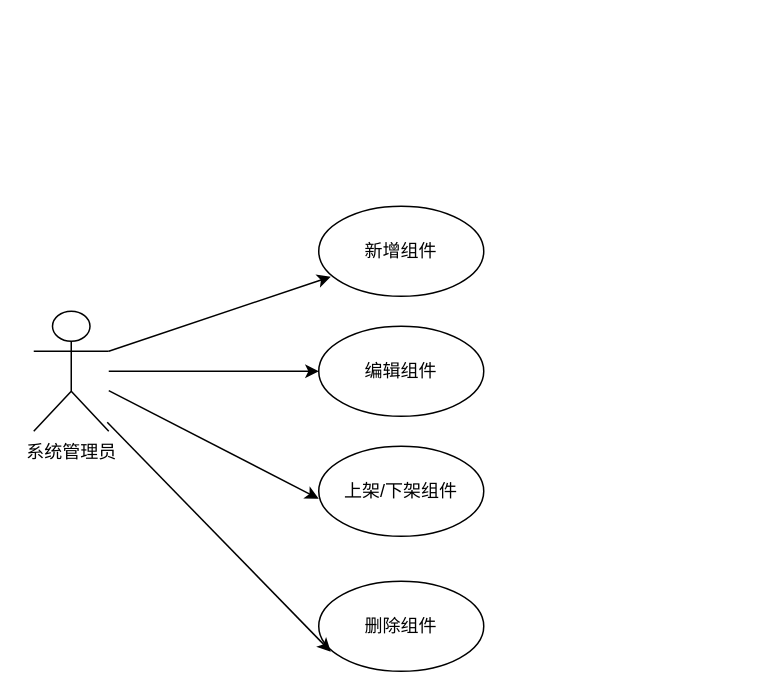
Above: 3.3.2 组件库维护功能 -1 .drawio in yuxinyu12345/diagrams (draw.io), before the change. Source tidied: cells renumbered, new cells numbered last; positions are measured from the earlier drawing's top-left corner, leaving out a move shared by most shapes. Both pictures are drawn from the tidied source at 150%, with x=0, y=0 at pixel (33, 206).
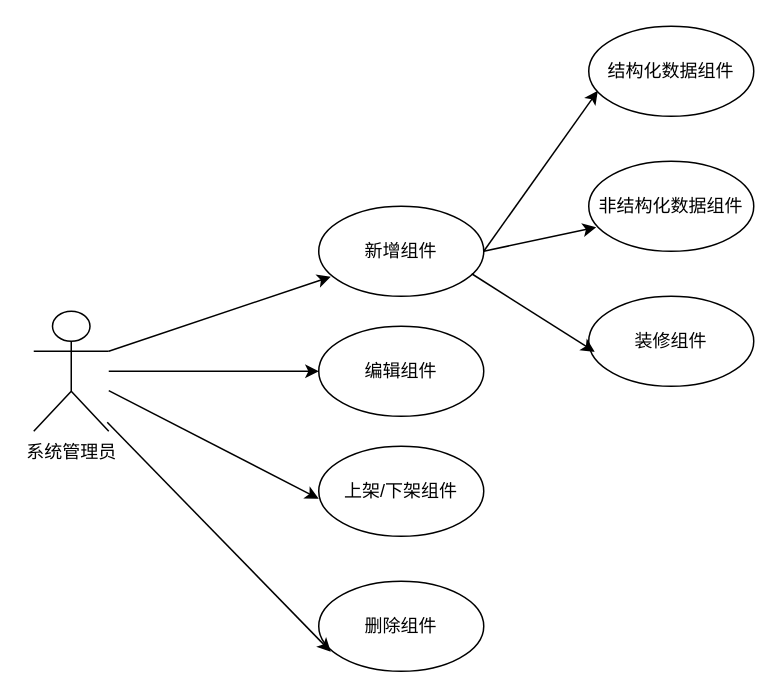
The same page after the edit.

Commit message (it also covers changes not shown here):
更新3.3.2 组件库维护功能 -1 .drawio

Change to the diagram source:
```diff
@@
 <mxGraphModel>
   <root>
     <mxCell id="0" />
     <mxCell id="1" parent="0" />
     <mxCell id="2" value="系统管理员" style="shape=umlActor;verticalLabelPosition=bottom;verticalAlign=top;html=1;" parent="1" vertex="1">
       <mxGeometry y="70" width="50" height="80" as="geometry" />
     </mxCell>
     <mxCell id="3" value="新增组件" style="ellipse;whiteSpace=wrap;html=1;" parent="1" vertex="1">
       <mxGeometry x="190" width="110" height="60" as="geometry" />
     </mxCell>
     <mxCell id="4" value="编辑组件" style="ellipse;whiteSpace=wrap;html=1;" parent="1" vertex="1">
       <mxGeometry x="190" y="80" width="110" height="60" as="geometry" />
     </mxCell>
     <mxCell id="5" value="上架/下架组件" style="ellipse;whiteSpace=wrap;html=1;" parent="1" vertex="1">
       <mxGeometry x="190" y="160" width="110" height="60" as="geometry" />
     </mxCell>
     <mxCell id="6" value="删除组件" style="ellipse;whiteSpace=wrap;html=1;" parent="1" vertex="1">
       <mxGeometry x="190" y="250" width="110" height="60" as="geometry" />
     </mxCell>
     <mxCell id="7" style="endArrow=classic;html=1;rounded=0;exitX=1;exitY=0.3333333333333333;exitDx=0;exitDy=0;exitPerimeter=0;entryX=0.073;entryY=0.783;entryDx=0;entryDy=0;entryPerimeter=0;" parent="1" edge="1" source="2" target="3">
       <mxGeometry relative="1" as="geometry" />
     </mxCell>
     <mxCell id="8" style="endArrow=classic;html=1;rounded=0;" parent="1" edge="1" source="2" target="4">
       <mxGeometry relative="1" as="geometry" />
     </mxCell>
     <mxCell id="9" style="endArrow=classic;html=1;rounded=0;entryX=0.064;entryY=0.7;entryDx=0;entryDy=0;entryPerimeter=0;" parent="1" edge="1" source="2">
       <mxGeometry relative="1" as="geometry">
         <mxPoint x="190" y="195" as="targetPoint" />
       </mxGeometry>
     </mxCell>
     <mxCell id="10" style="endArrow=classic;html=1;rounded=0;entryX=0.073;entryY=0.783;entryDx=0;entryDy=0;entryPerimeter=0;exitX=0.98;exitY=0.925;exitDx=0;exitDy=0;exitPerimeter=0;" parent="1" edge="1" source="2" target="6">
       <mxGeometry relative="1" as="geometry" />
     </mxCell>
+    <mxCell id="11" value="结构化数据组件" style="ellipse;whiteSpace=wrap;html=1;" parent="1" vertex="1">
+      <mxGeometry x="370" y="-120" width="110" height="60" as="geometry" />
+    </mxCell>
+    <mxCell id="12" value="装修组件" style="ellipse;whiteSpace=wrap;html=1;" parent="1" vertex="1">
+      <mxGeometry x="370" y="60" width="110" height="60" as="geometry" />
+    </mxCell>
+    <mxCell id="13" value="非结构化数据组件" style="ellipse;whiteSpace=wrap;html=1;" parent="1" vertex="1">
+      <mxGeometry x="370" y="-30" width="110" height="60" as="geometry" />
+    </mxCell>
+    <mxCell id="14" style="endArrow=classic;html=1;rounded=0;exitX=1;exitY=0.5;exitDx=0;exitDy=0;entryX=0.055;entryY=0.717;entryDx=0;entryDy=0;entryPerimeter=0;" parent="1" edge="1" source="3" target="11">
+      <mxGeometry relative="1" as="geometry" />
+    </mxCell>
+    <mxCell id="15" style="endArrow=classic;html=1;rounded=0;exitX=1;exitY=0.5;exitDx=0;exitDy=0;entryX=0.045;entryY=0.733;entryDx=0;entryDy=0;entryPerimeter=0;" parent="1" edge="1" source="3" target="13">
+      <mxGeometry relative="1" as="geometry" />
+    </mxCell>
+    <mxCell id="16" style="endArrow=classic;html=1;rounded=0;exitX=0.927;exitY=0.75;exitDx=0;exitDy=0;exitPerimeter=0;entryX=0.036;entryY=0.617;entryDx=0;entryDy=0;entryPerimeter=0;" parent="1" edge="1" source="3" target="12">
+      <mxGeometry relative="1" as="geometry" />
+    </mxCell>
   </root>
 </mxGraphModel>
```
